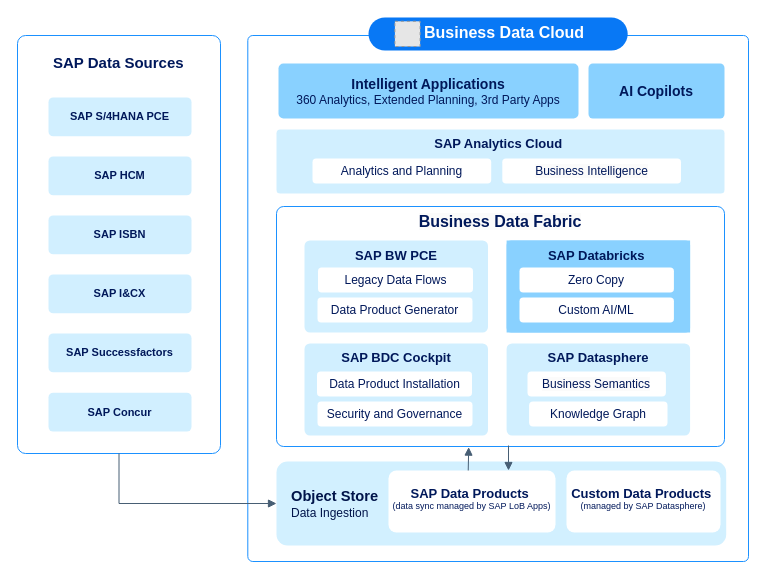
The draw.io diagram docs/ref-arch/RA0013/5-sap-databricks-in-business-data-cloud/drawio/bdc-databricks.drawio in SAP/architecture-center, before the edit. Source tidied: cells renumbered, new cells numbered last; positions are measured from the earlier drawing's top-left corner, leaving out a move shared by most shapes. Both pictures are drawn from the tidied source at 100%, with x=0, y=0 at pixel (17, 17). Pictures stored in the file or linked from it are replaced by grey dashed boxes.
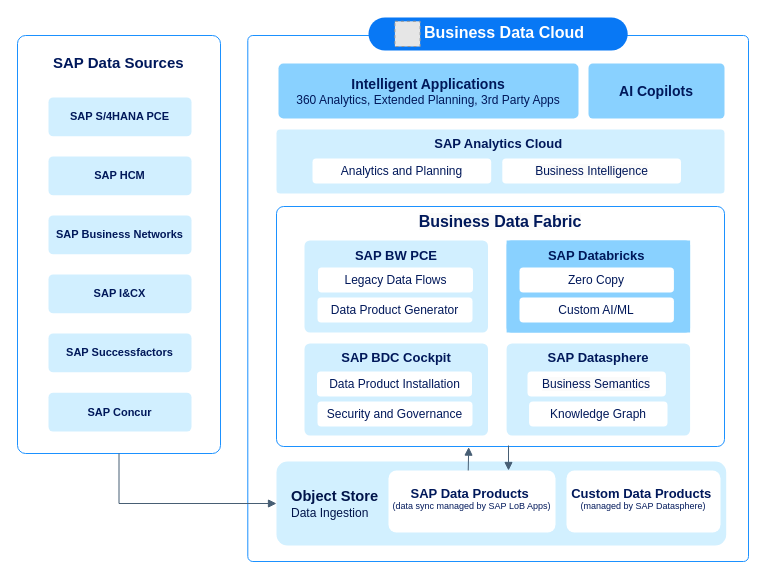
The same page after the edit.

What changed in the source:
```diff
@@
-    <mxCell id="12" value="&lt;font&gt;&lt;span&gt;SAP ISBN&lt;/span&gt;&lt;/font&gt;" style="rounded=1;whiteSpace=wrap;html=1;strokeColor=none;strokeWidth=1.5;fillColor=#D1EFFF;align=center;verticalAlign=middle;fontSize=11;fontFamily=Helvetica;fontColor=light-dark(#00185A,#CCDDFF);arcSize=12;flipV=0;flipH=1;fontStyle=1;gradientColor=none;gradientDirection=south;" parent="1" vertex="1">
+    <mxCell id="12" value="&lt;font&gt;&lt;span&gt;SAP Business Networks&lt;/span&gt;&lt;/font&gt;" style="rounded=1;whiteSpace=wrap;html=1;strokeColor=none;strokeWidth=1.5;fillColor=#D1EFFF;align=center;verticalAlign=middle;fontSize=11;fontFamily=Helvetica;fontColor=light-dark(#00185A,#CCDDFF);arcSize=12;flipV=0;flipH=1;fontStyle=1;gradientColor=none;gradientDirection=south;" parent="1" vertex="1">
       <mxGeometry x="31" y="198" width="143" height="38.8" as="geometry" />
     </mxCell>
```
